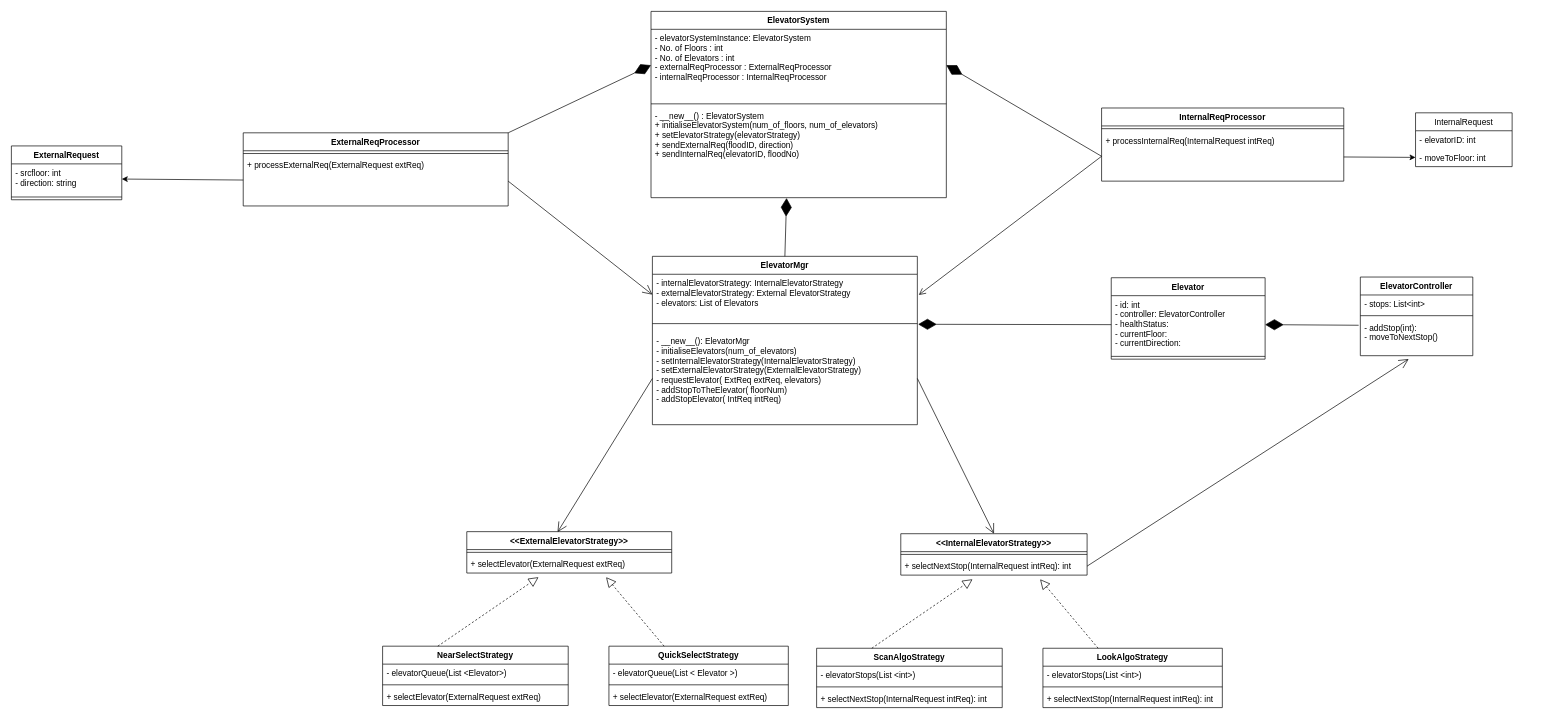
Above: Projects/ElevatorSystem/ElevatorSystem.drawio in ShamanthKumarHP/LLD (draw.io), before the change. Source tidied: cells renumbered, new cells numbered last; positions are measured from the earlier drawing's top-left corner, leaving out a move shared by most shapes. Both pictures are drawn from the tidied source at 69%, with x=0, y=0 at pixel (11, 11).
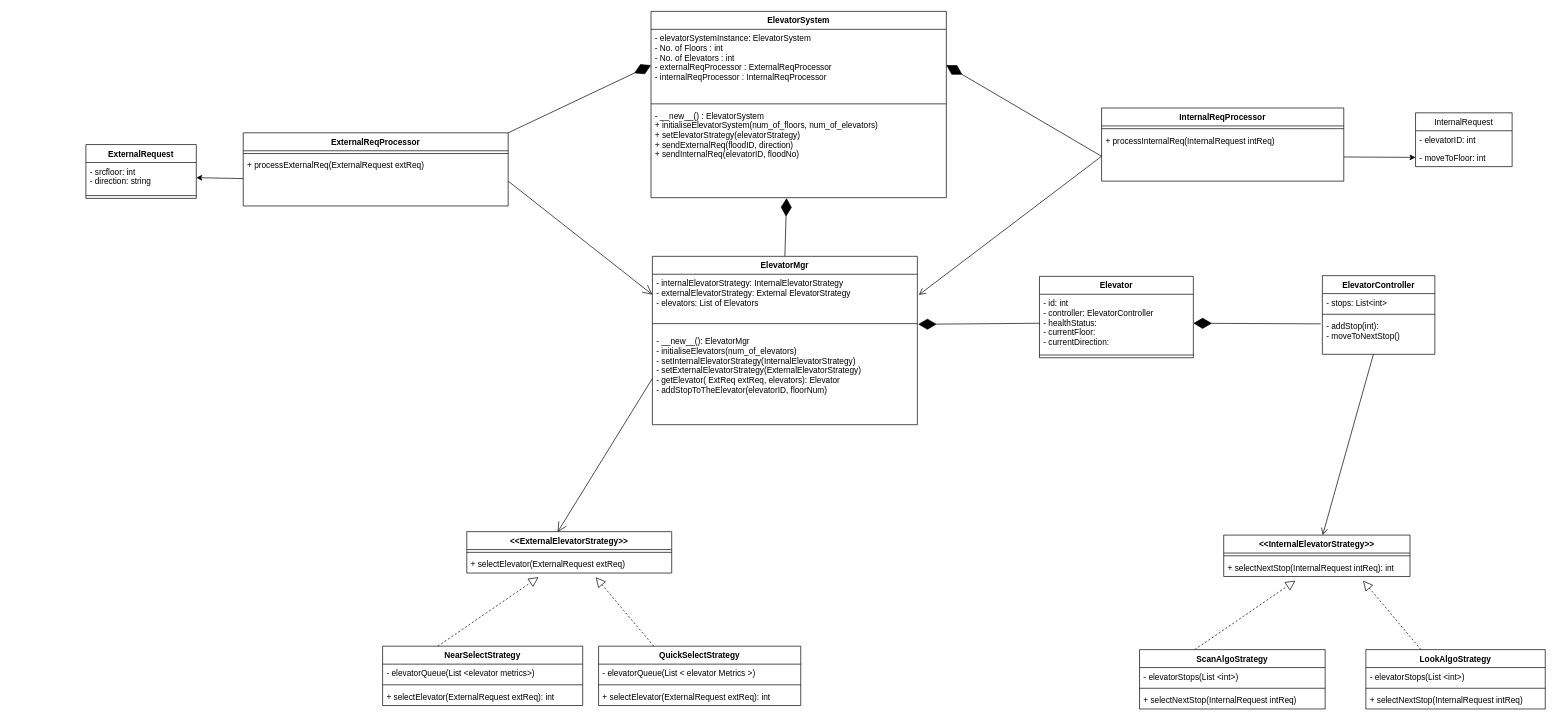
After the change.

Commit message:
update elevator UML

The change refers to these unchanged cells:
```xml
<mxCell id="13" value="ElevatorMgr" style="swimlane;fontStyle=1;align=center;verticalAlign=top;horizontal=1;startSize=26;" parent="1" vertex="1">
  <mxGeometry x="929" y="355" width="384" height="244" as="geometry" />
</mxCell>
<mxCell id="32" value="+ selectNextStop(InternalRequest intReq): int" style="text;strokeColor=none;fillColor=none;align=left;verticalAlign=top;spacingLeft=4;spacingRight=4;overflow=hidden;points=[[0,0.5],[1,0.5]];portConstraint=eastwest;" parent="30" vertex="1">
  <mxGeometry y="34" width="270" height="26" as="geometry" />
</mxCell>
<mxCell id="57" value="- addStop(int):&#10;- moveToNextStop()" style="text;strokeColor=none;fillColor=none;align=left;verticalAlign=top;spacingLeft=4;spacingRight=4;overflow=hidden;points=[[0,0.5],[1,0.5]];portConstraint=eastwest;" parent="54" vertex="1">
  <mxGeometry y="60" width="163" height="54" as="geometry" />
</mxCell>
```

Diff of the diagram source:
```diff
@@
     <mxCell id="10" value="ExternalRequest" style="swimlane;fontStyle=1;align=center;verticalAlign=top;horizontal=1;startSize=26;strokeColor=default;" parent="1" vertex="1">
-      <mxGeometry y="195" width="160" height="78" as="geometry" />
+      <mxGeometry x="108" y="193" width="160" height="78" as="geometry" />
     </mxCell>
@@
-    <mxCell id="16" value="- __new__(): ElevatorMgr&#10;- initialiseElevators(num_of_elevators)&#10;- setInternalElevatorStrategy(InternalElevatorStrategy)&#10;- setExternalElevatorStrategy(ExternalElevatorStrategy)&#10;- requestElevator( ExtReq extReq, elevators)&#10;- addStopToTheElevator( floorNum)&#10;- addStopElevator( IntReq intReq)" style="text;strokeColor=none;fillColor=none;align=left;verticalAlign=top;spacingLeft=4;spacingRight=4;overflow=hidden;points=[[0,0.5],[1,0.5]];portConstraint=eastwest;fontStyle=0;" parent="13" vertex="1">
+    <mxCell id="16" value="- __new__(): ElevatorMgr&#10;- initialiseElevators(num_of_elevators)&#10;- setInternalElevatorStrategy(InternalElevatorStrategy)&#10;- setExternalElevatorStrategy(ExternalElevatorStrategy)&#10;- getElevator( ExtReq extReq, elevators): Elevator&#10;- addStopToTheElevator(elevatorID, floorNum)&#10;" style="text;strokeColor=none;fillColor=none;align=left;verticalAlign=top;spacingLeft=4;spacingRight=4;overflow=hidden;points=[[0,0.5],[1,0.5]];portConstraint=eastwest;fontStyle=0;" parent="13" vertex="1">
       <mxGeometry y="110" width="384" height="134" as="geometry" />
     </mxCell>
@@
     <mxCell id="20" value="NearSelectStrategy" style="swimlane;fontStyle=1;align=center;verticalAlign=top;horizontal=1;startSize=26;strokeColor=default;" parent="1" vertex="1">
-      <mxGeometry x="538" y="920" width="269" height="86" as="geometry" />
+      <mxGeometry x="538" y="920" width="290" height="86" as="geometry" />
     </mxCell>
-    <mxCell id="21" value="- elevatorQueue(List &lt;Elevator&gt;)" style="text;strokeColor=none;fillColor=none;align=left;verticalAlign=top;spacingLeft=4;spacingRight=4;overflow=hidden;" parent="20" vertex="1">
-      <mxGeometry y="26" width="269" height="26" as="geometry" />
+    <mxCell id="21" value="- elevatorQueue(List &lt;elevator metrics&gt;)" style="text;strokeColor=none;fillColor=none;align=left;verticalAlign=top;spacingLeft=4;spacingRight=4;overflow=hidden;" parent="20" vertex="1">
+      <mxGeometry y="26" width="290" height="26" as="geometry" />
     </mxCell>
     <mxCell id="22" style="line;strokeWidth=1;fillColor=none;align=left;verticalAlign=middle;spacingTop=-1;spacingLeft=3;spacingRight=3;labelPosition=right;strokeColor=inherit;" parent="20" vertex="1">
-      <mxGeometry y="52" width="269" height="8" as="geometry" />
+      <mxGeometry y="52" width="290" height="8" as="geometry" />
     </mxCell>
-    <mxCell id="23" value="+ selectElevator(ExternalRequest extReq)" style="text;strokeColor=none;fillColor=none;align=left;verticalAlign=top;spacingLeft=4;spacingRight=4;overflow=hidden;" parent="20" vertex="1">
-      <mxGeometry y="60" width="269" height="26" as="geometry" />
+    <mxCell id="23" value="+ selectElevator(ExternalRequest extReq): int" style="text;strokeColor=none;fillColor=none;align=left;verticalAlign=top;spacingLeft=4;spacingRight=4;overflow=hidden;" parent="20" vertex="1">
+      <mxGeometry y="60" width="290" height="26" as="geometry" />
     </mxCell>
@@
     <mxCell id="25" value="QuickSelectStrategy" style="swimlane;fontStyle=1;align=center;verticalAlign=top;horizontal=1;startSize=26;strokeColor=default;" parent="1" vertex="1">
-      <mxGeometry x="866" y="920" width="260" height="86" as="geometry" />
+      <mxGeometry x="851" y="920" width="293" height="86" as="geometry" />
     </mxCell>
-    <mxCell id="26" value="- elevatorQueue(List &lt; Elevator &gt;)" style="text;strokeColor=none;fillColor=none;align=left;verticalAlign=top;spacingLeft=4;spacingRight=4;overflow=hidden;" parent="25" vertex="1">
-      <mxGeometry y="26" width="260" height="26" as="geometry" />
+    <mxCell id="26" value="- elevatorQueue(List &lt; elevator Metrics &gt;)" style="text;strokeColor=none;fillColor=none;align=left;verticalAlign=top;spacingLeft=4;spacingRight=4;overflow=hidden;" parent="25" vertex="1">
+      <mxGeometry y="26" width="293" height="26" as="geometry" />
     </mxCell>
     <mxCell id="27" style="line;strokeWidth=1;fillColor=none;align=left;verticalAlign=middle;spacingTop=-1;spacingLeft=3;spacingRight=3;labelPosition=right;strokeColor=inherit;" parent="25" vertex="1">
-      <mxGeometry y="52" width="260" height="8" as="geometry" />
+      <mxGeometry y="52" width="293" height="8" as="geometry" />
     </mxCell>
+    <mxCell id="29" style="endArrow=block;dashed=1;endFill=0;endSize=12;html=1;" parent="25" edge="1">
+      <mxGeometry relative="1" as="geometry">
+        <mxPoint x="80" as="sourcePoint" />
+        <mxPoint x="-4.1" y="-100" as="targetPoint" />
+      </mxGeometry>
+    </mxCell>
-    <mxCell id="28" value="+ selectElevator(ExternalRequest extReq)" style="text;strokeColor=none;fillColor=none;align=left;verticalAlign=top;spacingLeft=4;spacingRight=4;overflow=hidden;" parent="25" vertex="1">
-      <mxGeometry y="60" width="260" height="26" as="geometry" />
+    <mxCell id="28" value="+ selectElevator(ExternalRequest extReq): int" style="text;strokeColor=none;fillColor=none;align=left;verticalAlign=top;spacingLeft=4;spacingRight=4;overflow=hidden;" parent="25" vertex="1">
+      <mxGeometry y="60" width="293" height="26" as="geometry" />
     </mxCell>
-    <mxCell id="29" style="endArrow=block;dashed=1;endFill=0;endSize=12;html=1;" parent="25" edge="1">
-      <mxGeometry relative="1" as="geometry">
-        <mxPoint x="80" as="sourcePoint" />
-        <mxPoint x="-4.1" y="-100" as="targetPoint" />
-      </mxGeometry>
-    </mxCell>
     <mxCell id="30" value="&lt;&lt;InternalElevatorStrategy&gt;&gt;&#10;" style="swimlane;fontStyle=1;align=center;verticalAlign=top;horizontal=1;startSize=26;strokeColor=default;" parent="1" vertex="1">
-      <mxGeometry x="1289" y="757" width="270" height="60" as="geometry" />
+      <mxGeometry x="1757" y="759" width="270" height="60" as="geometry" />
     </mxCell>
@@
     <mxCell id="33" value="ScanAlgoStrategy" style="swimlane;fontStyle=1;align=center;verticalAlign=top;horizontal=1;startSize=26;strokeColor=default;" parent="1" vertex="1">
-      <mxGeometry x="1167" y="923" width="269" height="86" as="geometry" />
+      <mxGeometry x="1635" y="925" width="269" height="86" as="geometry" />
     </mxCell>
@@
-    <mxCell id="36" value="+ selectNextStop(InternalRequest intReq): int" style="text;strokeColor=none;fillColor=none;align=left;verticalAlign=top;spacingLeft=4;spacingRight=4;overflow=hidden;" parent="33" vertex="1">
+    <mxCell id="36" value="+ selectNextStop(InternalRequest intReq)" style="text;strokeColor=none;fillColor=none;align=left;verticalAlign=top;spacingLeft=4;spacingRight=4;overflow=hidden;" parent="33" vertex="1">
       <mxGeometry y="60" width="269" height="26" as="geometry" />
     </mxCell>
@@
     <mxCell id="38" value="LookAlgoStrategy" style="swimlane;fontStyle=1;align=center;verticalAlign=top;horizontal=1;startSize=26;strokeColor=default;" parent="1" vertex="1">
-      <mxGeometry x="1495" y="923" width="260" height="86" as="geometry" />
+      <mxGeometry x="1963" y="925" width="260" height="86" as="geometry" />
     </mxCell>
@@
-    <mxCell id="41" value="+ selectNextStop(InternalRequest intReq): int" style="text;strokeColor=none;fillColor=none;align=left;verticalAlign=top;spacingLeft=4;spacingRight=4;overflow=hidden;" parent="38" vertex="1">
+    <mxCell id="41" value="+ selectNextStop(InternalRequest intReq)" style="text;strokeColor=none;fillColor=none;align=left;verticalAlign=top;spacingLeft=4;spacingRight=4;overflow=hidden;" parent="38" vertex="1">
       <mxGeometry y="60" width="260" height="26" as="geometry" />
     </mxCell>
@@
     <mxCell id="51" value="Elevator" style="swimlane;fontStyle=1;align=center;verticalAlign=top;horizontal=1;startSize=26;" parent="1" vertex="1">
-      <mxGeometry x="1594" y="386" width="223" height="118" as="geometry" />
+      <mxGeometry x="1490" y="384" width="223" height="118" as="geometry" />
     </mxCell>
@@
     <mxCell id="54" value="ElevatorController" style="swimlane;fontStyle=1;align=center;verticalAlign=top;horizontal=1;startSize=26;" parent="1" vertex="1">
-      <mxGeometry x="1955" y="385" width="163" height="114" as="geometry" />
+      <mxGeometry x="1900" y="383" width="163" height="114" as="geometry" />
     </mxCell>
@@
-    <mxCell id="61" style="endArrow=open;endFill=1;endSize=12;html=1;entryX=0.5;entryY=0;entryDx=0;entryDy=0;exitX=1;exitY=0.5;exitDx=0;exitDy=0;" parent="1" edge="1" source="16" target="30">
-      <mxGeometry relative="1" as="geometry" />
-    </mxCell>
-    <mxCell id="62" style="endArrow=open;endFill=1;endSize=12;html=1;exitX=1;exitY=0.5;exitDx=0;exitDy=0;entryX=0.43;entryY=1.089;entryDx=0;entryDy=0;entryPerimeter=0;" parent="1" edge="1" source="32" target="57">
-      <mxGeometry relative="1" as="geometry" />
-    </mxCell>
@@
+    <mxCell id="67" style="endArrow=open;startArrow=none;endFill=0;startFill=0;endSize=8;html=1;verticalAlign=bottom;labelBackgroundColor=none;strokeWidth=1;" parent="1" edge="1" source="57" target="30">
+      <mxGeometry relative="1" as="geometry" />
+    </mxCell>
```
